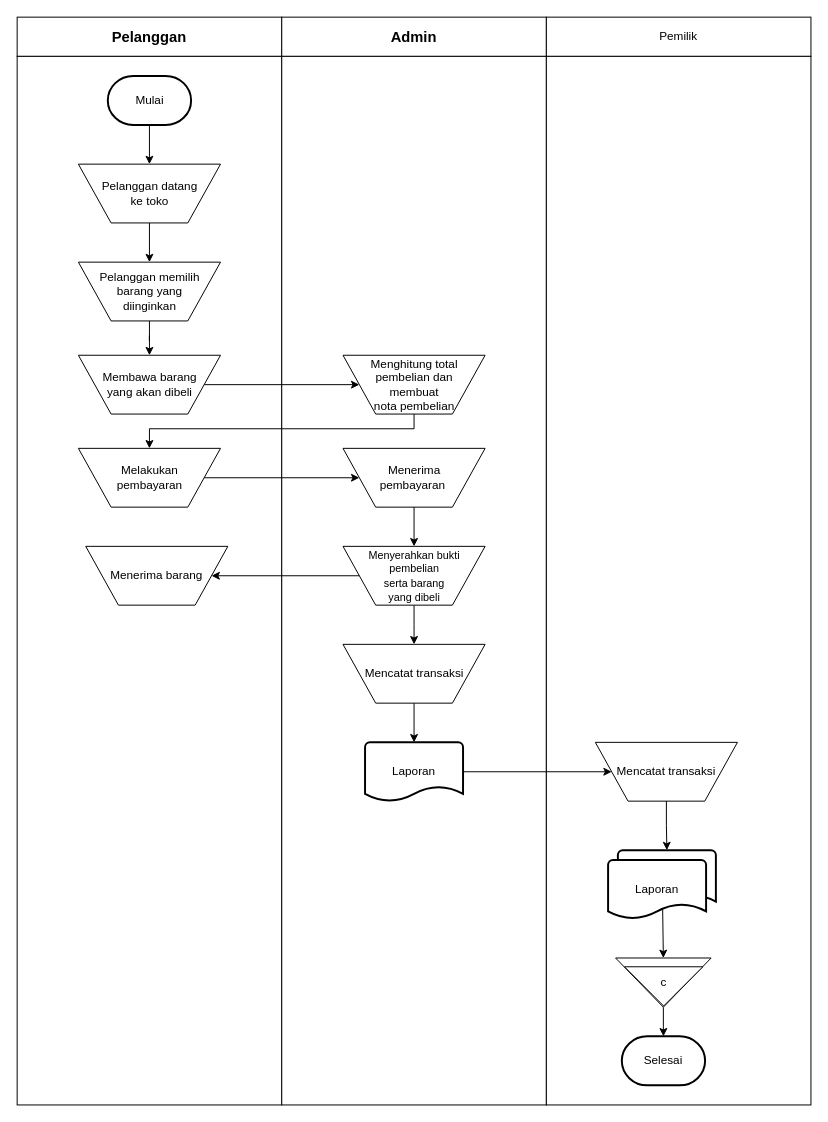
The draw.io diagram page "Flowchart" (3 of 4) of Diagram Tanpa Judul.drawio in Aestxyz/Draw-Io, before the edit. Source tidied: cells renumbered, new cells numbered last; positions are measured from the earlier drawing's top-left corner, leaving out a move shared by most shapes. Both pictures are drawn from the tidied source at 98%, with x=0, y=0 at pixel (17, 17).
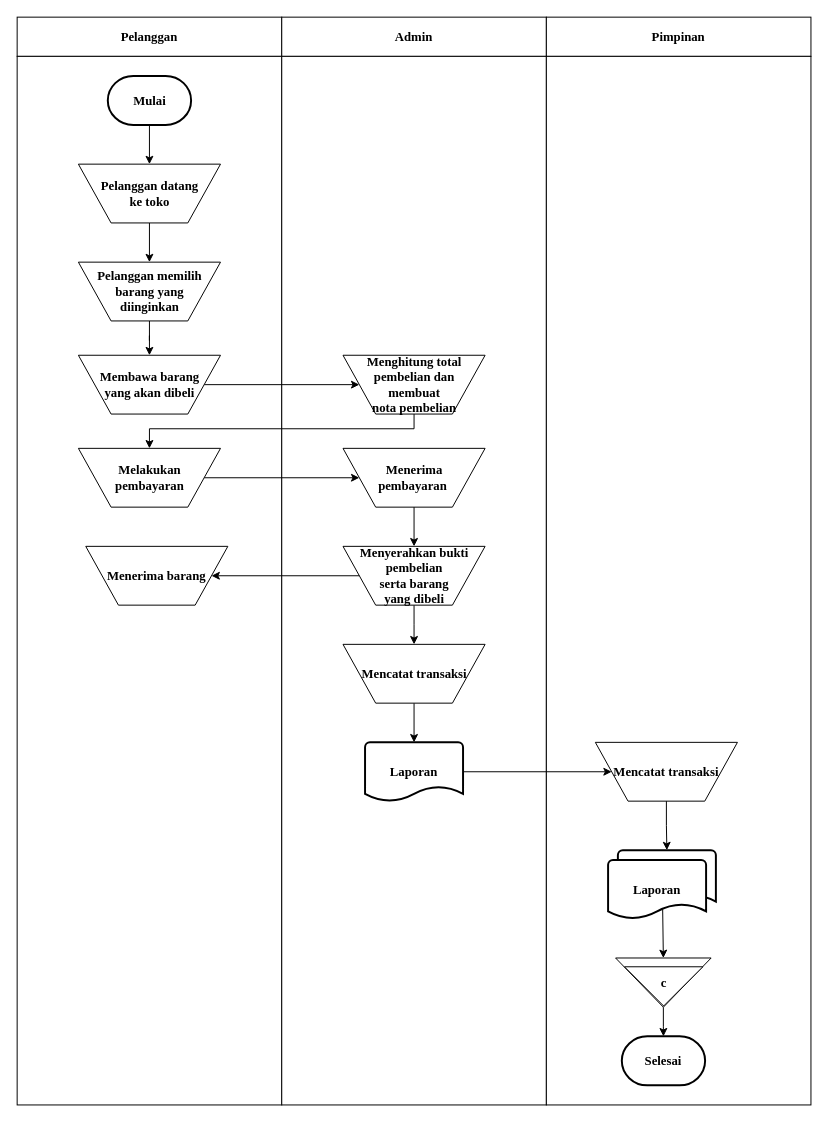
After the change.

What changed in the source:
```diff
@@
-    <mxCell id="2" style="group;" parent="1" vertex="1">
+    <mxCell id="2" style="group;fontStyle=1;fontSize=13;fontFamily=Times New Roman;" parent="1" vertex="1">
       <mxGeometry width="810" height="1110" as="geometry" />
     </mxCell>
-    <mxCell id="3" style="group;" parent="2" vertex="1">
+    <mxCell id="3" style="group;fontStyle=1;fontSize=13;fontFamily=Times New Roman;" parent="2" vertex="1">
       <mxGeometry width="810" height="1110" as="geometry" />
     </mxCell>
-    <mxCell id="4" value="&lt;b&gt;&lt;font style=&quot;font-size: 15px;&quot;&gt;Pelanggan&lt;/font&gt;&lt;/b&gt;" style="rounded=0;whiteSpace=wrap;html=1;" parent="3" vertex="1">
+    <mxCell id="4" value="&lt;span style=&quot;font-size: 13px;&quot;&gt;&lt;font style=&quot;font-size: 13px;&quot;&gt;Pelanggan&lt;/font&gt;&lt;/span&gt;" style="rounded=0;whiteSpace=wrap;html=1;fontStyle=1;fontSize=13;fontFamily=Times New Roman;" parent="3" vertex="1">
       <mxGeometry width="270" height="40" as="geometry" />
     </mxCell>
-    <mxCell id="5" value="&lt;span style=&quot;font-size: 15px;&quot;&gt;&lt;b&gt;Admin&lt;/b&gt;&lt;/span&gt;" style="rounded=0;whiteSpace=wrap;html=1;" parent="3" vertex="1">
+    <mxCell id="5" value="&lt;span style=&quot;font-size: 13px;&quot;&gt;&lt;span style=&quot;font-size: 13px;&quot;&gt;Admin&lt;/span&gt;&lt;/span&gt;" style="rounded=0;whiteSpace=wrap;html=1;fontStyle=1;fontSize=13;fontFamily=Times New Roman;" parent="3" vertex="1">
       <mxGeometry x="270" width="270" height="40" as="geometry" />
     </mxCell>
-    <mxCell id="6" value="Pemilik" style="rounded=0;whiteSpace=wrap;html=1;" parent="3" vertex="1">
+    <mxCell id="6" value="Pimpinan" style="rounded=0;whiteSpace=wrap;html=1;fontStyle=1;fontSize=13;fontFamily=Times New Roman;" parent="3" vertex="1">
       <mxGeometry x="540" width="270" height="40" as="geometry" />
     </mxCell>
-    <mxCell id="7" style="rounded=0;whiteSpace=wrap;html=1;" parent="3" vertex="1">
+    <mxCell id="7" style="rounded=0;whiteSpace=wrap;html=1;fontStyle=1;fontSize=13;fontFamily=Times New Roman;" parent="3" vertex="1">
       <mxGeometry y="40" width="270" height="1070" as="geometry" />
     </mxCell>
-    <mxCell id="8" style="rounded=0;whiteSpace=wrap;html=1;" parent="3" vertex="1">
+    <mxCell id="8" style="rounded=0;whiteSpace=wrap;html=1;fontStyle=1;fontSize=13;fontFamily=Times New Roman;" parent="3" vertex="1">
       <mxGeometry x="270" y="40" width="270" height="1070" as="geometry" />
     </mxCell>
-    <mxCell id="9" style="rounded=0;whiteSpace=wrap;html=1;" parent="3" vertex="1">
+    <mxCell id="9" style="rounded=0;whiteSpace=wrap;html=1;fontStyle=1;fontSize=13;fontFamily=Times New Roman;" parent="3" vertex="1">
       <mxGeometry x="540" y="40" width="270" height="1070" as="geometry" />
     </mxCell>
-    <mxCell id="10" style="edgeStyle=orthogonalEdgeStyle;rounded=0;jettySize=auto;html=1;" parent="3" edge="1" source="11" target="13">
+    <mxCell id="10" style="edgeStyle=orthogonalEdgeStyle;rounded=0;jettySize=auto;html=1;fontStyle=1;fontSize=13;fontFamily=Times New Roman;" parent="3" edge="1" source="11" target="13">
       <mxGeometry relative="1" as="geometry" />
     </mxCell>
-    <mxCell id="11" value="Mulai" style="strokeWidth=2;html=1;shape=mxgraph.flowchart.terminator;whiteSpace=wrap;" parent="3" vertex="1">
+    <mxCell id="11" value="Mulai" style="strokeWidth=2;html=1;shape=mxgraph.flowchart.terminator;whiteSpace=wrap;fontStyle=1;fontSize=13;fontFamily=Times New Roman;" parent="3" vertex="1">
       <mxGeometry x="92.5" y="60" width="85" height="50" as="geometry" />
     </mxCell>
-    <mxCell id="12" style="edgeStyle=orthogonalEdgeStyle;rounded=0;jettySize=auto;html=1;" parent="3" edge="1" source="13" target="15">
+    <mxCell id="12" style="edgeStyle=orthogonalEdgeStyle;rounded=0;jettySize=auto;html=1;fontStyle=1;fontSize=13;fontFamily=Times New Roman;" parent="3" edge="1" source="13" target="15">
       <mxGeometry relative="1" as="geometry" />
     </mxCell>
-    <mxCell id="13" value="Pelanggan datang &lt;br&gt;ke toko" style="verticalLabelPosition=middle;verticalAlign=middle;html=1;shape=trapezoid;perimeter=trapezoidPerimeter;whiteSpace=wrap;size=0.23;arcSize=10;flipV=1;labelPosition=center;align=center;" parent="3" vertex="1">
+    <mxCell id="13" value="Pelanggan datang &lt;br style=&quot;font-size: 13px;&quot;&gt;ke toko" style="verticalLabelPosition=middle;verticalAlign=middle;html=1;shape=trapezoid;perimeter=trapezoidPerimeter;whiteSpace=wrap;size=0.23;arcSize=10;flipV=1;labelPosition=center;align=center;fontStyle=1;fontSize=13;fontFamily=Times New Roman;" parent="3" vertex="1">
       <mxGeometry x="62.5" y="150" width="145" height="60" as="geometry" />
     </mxCell>
-    <mxCell id="14" style="edgeStyle=orthogonalEdgeStyle;rounded=0;jettySize=auto;html=1;" parent="3" edge="1" source="15" target="19">
+    <mxCell id="14" style="edgeStyle=orthogonalEdgeStyle;rounded=0;jettySize=auto;html=1;fontStyle=1;fontSize=13;fontFamily=Times New Roman;" parent="3" edge="1" source="15" target="19">
       <mxGeometry relative="1" as="geometry" />
     </mxCell>
-    <mxCell id="15" value="Pelanggan memilih &lt;br&gt;barang yang &lt;br&gt;diinginkan" style="verticalLabelPosition=middle;verticalAlign=middle;html=1;shape=trapezoid;perimeter=trapezoidPerimeter;whiteSpace=wrap;size=0.23;arcSize=10;flipV=1;labelPosition=center;align=center;" parent="3" vertex="1">
+    <mxCell id="15" value="Pelanggan memilih &lt;br style=&quot;font-size: 13px;&quot;&gt;barang yang &lt;br style=&quot;font-size: 13px;&quot;&gt;diinginkan" style="verticalLabelPosition=middle;verticalAlign=middle;html=1;shape=trapezoid;perimeter=trapezoidPerimeter;whiteSpace=wrap;size=0.23;arcSize=10;flipV=1;labelPosition=center;align=center;fontStyle=1;fontSize=13;fontFamily=Times New Roman;" parent="3" vertex="1">
       <mxGeometry x="62.5" y="250" width="145" height="60" as="geometry" />
     </mxCell>
-    <mxCell id="16" style="edgeStyle=orthogonalEdgeStyle;rounded=0;jettySize=auto;html=1;entryX=0.5;entryY=0;entryDx=0;entryDy=0;" parent="3" edge="1" source="17" target="21">
+    <mxCell id="16" style="edgeStyle=orthogonalEdgeStyle;rounded=0;jettySize=auto;html=1;entryX=0.5;entryY=0;entryDx=0;entryDy=0;fontStyle=1;fontSize=13;fontFamily=Times New Roman;" parent="3" edge="1" source="17" target="21">
       <mxGeometry relative="1" as="geometry">
         <Array as="points">
           <mxPoint x="405" y="420" />
           <mxPoint x="135" y="420" />
         </Array>
       </mxGeometry>
     </mxCell>
-    <mxCell id="17" value="Menghitung total pembelian dan &lt;br&gt;membuat &lt;br&gt;nota pembelian" style="verticalLabelPosition=middle;verticalAlign=middle;html=1;shape=trapezoid;perimeter=trapezoidPerimeter;whiteSpace=wrap;size=0.23;arcSize=10;flipV=1;labelPosition=center;align=center;" parent="3" vertex="1">
+    <mxCell id="17" value="Menghitung total pembelian dan &lt;br style=&quot;font-size: 13px;&quot;&gt;membuat &lt;br style=&quot;font-size: 13px;&quot;&gt;nota pembelian" style="verticalLabelPosition=middle;verticalAlign=middle;html=1;shape=trapezoid;perimeter=trapezoidPerimeter;whiteSpace=wrap;size=0.23;arcSize=10;flipV=1;labelPosition=center;align=center;fontStyle=1;fontSize=13;fontFamily=Times New Roman;" parent="3" vertex="1">
       <mxGeometry x="332.5" y="345" width="145" height="60" as="geometry" />
     </mxCell>
-    <mxCell id="18" style="edgeStyle=orthogonalEdgeStyle;rounded=0;jettySize=auto;html=1;entryX=0;entryY=0.5;entryDx=0;entryDy=0;" parent="3" edge="1" source="19" target="17">
+    <mxCell id="18" style="edgeStyle=orthogonalEdgeStyle;rounded=0;jettySize=auto;html=1;entryX=0;entryY=0.5;entryDx=0;entryDy=0;fontStyle=1;fontSize=13;fontFamily=Times New Roman;" parent="3" edge="1" source="19" target="17">
       <mxGeometry relative="1" as="geometry" />
     </mxCell>
-    <mxCell id="19" value="Membawa barang &lt;br&gt;yang akan dibeli" style="verticalLabelPosition=middle;verticalAlign=middle;html=1;shape=trapezoid;perimeter=trapezoidPerimeter;whiteSpace=wrap;size=0.23;arcSize=10;flipV=1;labelPosition=center;align=center;" parent="3" vertex="1">
+    <mxCell id="19" value="Membawa barang &lt;br style=&quot;font-size: 13px;&quot;&gt;yang akan dibeli" style="verticalLabelPosition=middle;verticalAlign=middle;html=1;shape=trapezoid;perimeter=trapezoidPerimeter;whiteSpace=wrap;size=0.23;arcSize=10;flipV=1;labelPosition=center;align=center;fontStyle=1;fontSize=13;fontFamily=Times New Roman;" parent="3" vertex="1">
       <mxGeometry x="62.5" y="345" width="145" height="60" as="geometry" />
     </mxCell>
-    <mxCell id="20" style="edgeStyle=orthogonalEdgeStyle;rounded=0;jettySize=auto;html=1;" parent="3" edge="1" source="21" target="22">
+    <mxCell id="20" style="edgeStyle=orthogonalEdgeStyle;rounded=0;jettySize=auto;html=1;fontStyle=1;fontSize=13;fontFamily=Times New Roman;" parent="3" edge="1" source="21" target="22">
       <mxGeometry relative="1" as="geometry" />
     </mxCell>
-    <mxCell id="21" value="Melakukan &lt;br&gt;pembayaran" style="verticalLabelPosition=middle;verticalAlign=middle;html=1;shape=trapezoid;perimeter=trapezoidPerimeter;whiteSpace=wrap;size=0.23;arcSize=10;flipV=1;labelPosition=center;align=center;" parent="3" vertex="1">
+    <mxCell id="21" value="Melakukan &lt;br style=&quot;font-size: 13px;&quot;&gt;pembayaran" style="verticalLabelPosition=middle;verticalAlign=middle;html=1;shape=trapezoid;perimeter=trapezoidPerimeter;whiteSpace=wrap;size=0.23;arcSize=10;flipV=1;labelPosition=center;align=center;fontStyle=1;fontSize=13;fontFamily=Times New Roman;" parent="3" vertex="1">
       <mxGeometry x="62.5" y="440" width="145" height="60" as="geometry" />
     </mxCell>
-    <mxCell id="22" value="Menerima &lt;br&gt;pembayaran&amp;nbsp;" style="verticalLabelPosition=middle;verticalAlign=middle;html=1;shape=trapezoid;perimeter=trapezoidPerimeter;whiteSpace=wrap;size=0.23;arcSize=10;flipV=1;labelPosition=center;align=center;" parent="3" vertex="1">
+    <mxCell id="22" value="Menerima &lt;br style=&quot;font-size: 13px;&quot;&gt;pembayaran&amp;nbsp;" style="verticalLabelPosition=middle;verticalAlign=middle;html=1;shape=trapezoid;perimeter=trapezoidPerimeter;whiteSpace=wrap;size=0.23;arcSize=10;flipV=1;labelPosition=center;align=center;fontStyle=1;fontSize=13;fontFamily=Times New Roman;" parent="3" vertex="1">
       <mxGeometry x="332.5" y="440" width="145" height="60" as="geometry" />
     </mxCell>
-    <mxCell id="23" style="edgeStyle=orthogonalEdgeStyle;rounded=0;jettySize=auto;html=1;" parent="3" edge="1" source="24">
+    <mxCell id="23" style="edgeStyle=orthogonalEdgeStyle;rounded=0;jettySize=auto;html=1;fontStyle=1;fontSize=13;fontFamily=Times New Roman;" parent="3" edge="1" source="24">
       <mxGeometry relative="1" as="geometry">
         <mxPoint x="405" y="640" as="targetPoint" />
       </mxGeometry>
     </mxCell>
-    <mxCell id="24" value="&lt;font style=&quot;font-size: 11px;&quot;&gt;Menyerahkan bukti pembelian &lt;br&gt;serta barang &lt;br&gt;yang dibeli&lt;/font&gt;" style="verticalLabelPosition=middle;verticalAlign=middle;html=1;shape=trapezoid;perimeter=trapezoidPerimeter;whiteSpace=wrap;size=0.23;arcSize=10;flipV=1;labelPosition=center;align=center;" parent="3" vertex="1">
+    <mxCell id="24" value="&lt;font style=&quot;font-size: 13px;&quot;&gt;Menyerahkan bukti pembelian &lt;br style=&quot;font-size: 13px;&quot;&gt;serta barang &lt;br style=&quot;font-size: 13px;&quot;&gt;yang dibeli&lt;/font&gt;" style="verticalLabelPosition=middle;verticalAlign=middle;html=1;shape=trapezoid;perimeter=trapezoidPerimeter;whiteSpace=wrap;size=0.23;arcSize=10;flipV=1;labelPosition=center;align=center;fontStyle=1;fontSize=13;fontFamily=Times New Roman;" parent="3" vertex="1">
       <mxGeometry x="332.5" y="540" width="145" height="60" as="geometry" />
     </mxCell>
-    <mxCell id="25" style="edgeStyle=orthogonalEdgeStyle;rounded=0;jettySize=auto;html=1;" parent="3" edge="1" source="22" target="24">
+    <mxCell id="25" style="edgeStyle=orthogonalEdgeStyle;rounded=0;jettySize=auto;html=1;fontStyle=1;fontSize=13;fontFamily=Times New Roman;" parent="3" edge="1" source="22" target="24">
       <mxGeometry relative="1" as="geometry" />
     </mxCell>
-    <mxCell id="26" value="Menerima barang" style="verticalLabelPosition=middle;verticalAlign=middle;html=1;shape=trapezoid;perimeter=trapezoidPerimeter;whiteSpace=wrap;size=0.23;arcSize=10;flipV=1;labelPosition=center;align=center;" parent="3" vertex="1">
+    <mxCell id="26" value="Menerima barang" style="verticalLabelPosition=middle;verticalAlign=middle;html=1;shape=trapezoid;perimeter=trapezoidPerimeter;whiteSpace=wrap;size=0.23;arcSize=10;flipV=1;labelPosition=center;align=center;fontStyle=1;fontSize=13;fontFamily=Times New Roman;" parent="3" vertex="1">
       <mxGeometry x="70" y="540" width="145" height="60" as="geometry" />
     </mxCell>
-    <mxCell id="27" style="edgeStyle=orthogonalEdgeStyle;rounded=0;jettySize=auto;html=1;" parent="3" edge="1" source="24" target="26">
+    <mxCell id="27" style="edgeStyle=orthogonalEdgeStyle;rounded=0;jettySize=auto;html=1;fontStyle=1;fontSize=13;fontFamily=Times New Roman;" parent="3" edge="1" source="24" target="26">
       <mxGeometry relative="1" as="geometry" />
     </mxCell>
-    <mxCell id="28" style="edgeStyle=orthogonalEdgeStyle;rounded=0;jettySize=auto;html=1;" parent="3" edge="1" source="29" target="31">
+    <mxCell id="28" style="edgeStyle=orthogonalEdgeStyle;rounded=0;jettySize=auto;html=1;fontStyle=1;fontSize=13;fontFamily=Times New Roman;" parent="3" edge="1" source="29" target="31">
       <mxGeometry relative="1" as="geometry" />
     </mxCell>
-    <mxCell id="29" value="Mencatat transaksi" style="verticalLabelPosition=middle;verticalAlign=middle;html=1;shape=trapezoid;perimeter=trapezoidPerimeter;whiteSpace=wrap;size=0.23;arcSize=10;flipV=1;labelPosition=center;align=center;" parent="3" vertex="1">
+    <mxCell id="29" value="Mencatat transaksi" style="verticalLabelPosition=middle;verticalAlign=middle;html=1;shape=trapezoid;perimeter=trapezoidPerimeter;whiteSpace=wrap;size=0.23;arcSize=10;flipV=1;labelPosition=center;align=center;fontStyle=1;fontSize=13;fontFamily=Times New Roman;" parent="3" vertex="1">
       <mxGeometry x="332.5" y="640" width="145" height="60" as="geometry" />
     </mxCell>
-    <mxCell id="30" style="edgeStyle=orthogonalEdgeStyle;rounded=0;jettySize=auto;html=1;" parent="3" edge="1" source="31" target="32">
+    <mxCell id="30" style="edgeStyle=orthogonalEdgeStyle;rounded=0;jettySize=auto;html=1;fontStyle=1;fontSize=13;fontFamily=Times New Roman;" parent="3" edge="1" source="31" target="32">
       <mxGeometry relative="1" as="geometry" />
     </mxCell>
-    <mxCell id="31" value="Laporan" style="strokeWidth=2;html=1;shape=mxgraph.flowchart.document2;whiteSpace=wrap;size=0.25;" parent="3" vertex="1">
+    <mxCell id="31" value="Laporan" style="strokeWidth=2;html=1;shape=mxgraph.flowchart.document2;whiteSpace=wrap;size=0.25;fontStyle=1;fontSize=13;fontFamily=Times New Roman;" parent="3" vertex="1">
       <mxGeometry x="355" y="740" width="100" height="60" as="geometry" />
     </mxCell>
-    <mxCell id="32" value="Mencatat transaksi" style="verticalLabelPosition=middle;verticalAlign=middle;html=1;shape=trapezoid;perimeter=trapezoidPerimeter;whiteSpace=wrap;size=0.23;arcSize=10;flipV=1;labelPosition=center;align=center;" parent="3" vertex="1">
+    <mxCell id="32" value="Mencatat transaksi" style="verticalLabelPosition=middle;verticalAlign=middle;html=1;shape=trapezoid;perimeter=trapezoidPerimeter;whiteSpace=wrap;size=0.23;arcSize=10;flipV=1;labelPosition=center;align=center;fontStyle=1;fontSize=13;fontFamily=Times New Roman;" parent="3" vertex="1">
       <mxGeometry x="590" y="740" width="145" height="60" as="geometry" />
     </mxCell>
-    <mxCell id="33" style="group;" parent="3" vertex="1">
+    <mxCell id="33" style="group;fontStyle=1;fontSize=13;fontFamily=Times New Roman;" parent="3" vertex="1">
       <mxGeometry x="603" y="850" width="110" height="70" as="geometry" />
     </mxCell>
-    <mxCell id="34" style="strokeWidth=2;html=1;shape=mxgraph.flowchart.document2;whiteSpace=wrap;size=0.25;" parent="33" vertex="1">
+    <mxCell id="34" style="strokeWidth=2;html=1;shape=mxgraph.flowchart.document2;whiteSpace=wrap;size=0.25;fontStyle=1;fontSize=13;fontFamily=Times New Roman;" parent="33" vertex="1">
       <mxGeometry x="10" width="100" height="60" as="geometry" />
     </mxCell>
-    <mxCell id="35" value="Laporan" style="strokeWidth=2;html=1;shape=mxgraph.flowchart.document2;whiteSpace=wrap;size=0.25;" parent="33" vertex="1">
+    <mxCell id="35" value="Laporan" style="strokeWidth=2;html=1;shape=mxgraph.flowchart.document2;whiteSpace=wrap;size=0.25;fontStyle=1;fontSize=13;fontFamily=Times New Roman;" parent="33" vertex="1">
       <mxGeometry y="10" width="100" height="60" as="geometry" />
     </mxCell>
-    <mxCell id="36" style="group;" parent="3" vertex="1">
+    <mxCell id="36" style="group;fontStyle=1;fontSize=13;fontFamily=Times New Roman;" parent="3" vertex="1">
       <mxGeometry x="610.7" y="960" width="97.5" height="50.2" as="geometry" />
     </mxCell>
-    <mxCell id="37" style="triangle;whiteSpace=wrap;html=1;rotation=90;direction=east;" parent="36" vertex="1">
+    <mxCell id="37" style="triangle;whiteSpace=wrap;html=1;rotation=90;direction=east;fontStyle=1;fontSize=13;fontFamily=Times New Roman;" parent="36" vertex="1">
       <mxGeometry x="23.6" y="-23.6" width="50.2" height="97.5" as="geometry" />
     </mxCell>
-    <mxCell id="38" style="triangle;whiteSpace=wrap;html=1;rotation=90;direction=east;" parent="36" vertex="1">
+    <mxCell id="38" style="triangle;whiteSpace=wrap;html=1;rotation=90;direction=east;fontStyle=1;fontSize=13;fontFamily=Times New Roman;" parent="36" vertex="1">
       <mxGeometry x="29" y="-11" width="40" height="80" as="geometry" />
     </mxCell>
-    <mxCell id="39" value="c" style="text;html=1;strokeColor=none;fillColor=none;align=center;verticalAlign=middle;whiteSpace=wrap;rounded=0;" parent="36" vertex="1">
+    <mxCell id="39" value="c" style="text;html=1;strokeColor=none;fillColor=none;align=center;verticalAlign=middle;whiteSpace=wrap;rounded=0;fontStyle=1;fontSize=13;fontFamily=Times New Roman;" parent="36" vertex="1">
       <mxGeometry x="19" y="10.1" width="60" height="30" as="geometry" />
     </mxCell>
-    <mxCell id="40" style="edgeStyle=orthogonalEdgeStyle;rounded=0;jettySize=auto;html=1;entryX=0.5;entryY=0;entryDx=0;entryDy=0;entryPerimeter=0;" parent="3" edge="1" source="32" target="34">
+    <mxCell id="40" style="edgeStyle=orthogonalEdgeStyle;rounded=0;jettySize=auto;html=1;entryX=0.5;entryY=0;entryDx=0;entryDy=0;entryPerimeter=0;fontStyle=1;fontSize=13;fontFamily=Times New Roman;" parent="3" edge="1" source="32" target="34">
       <mxGeometry relative="1" as="geometry" />
     </mxCell>
-    <mxCell id="41" style="endArrow=classic;html=1;rounded=0;exitX=0.557;exitY=0.85;exitDx=0;exitDy=0;exitPerimeter=0;entryX=0;entryY=0.5;entryDx=0;entryDy=0;" parent="3" edge="1" source="35" target="37">
+    <mxCell id="41" style="endArrow=classic;html=1;rounded=0;exitX=0.557;exitY=0.85;exitDx=0;exitDy=0;exitPerimeter=0;entryX=0;entryY=0.5;entryDx=0;entryDy=0;fontStyle=1;fontSize=13;fontFamily=Times New Roman;" parent="3" edge="1" source="35" target="37">
       <mxGeometry relative="1" as="geometry" />
     </mxCell>
-    <mxCell id="42" value="Selesai" style="strokeWidth=2;html=1;shape=mxgraph.flowchart.terminator;whiteSpace=wrap;" parent="2" vertex="1">
+    <mxCell id="42" value="Selesai" style="strokeWidth=2;html=1;shape=mxgraph.flowchart.terminator;whiteSpace=wrap;fontStyle=1;fontSize=13;fontFamily=Times New Roman;" parent="2" vertex="1">
       <mxGeometry x="617" y="1040" width="85" height="50" as="geometry" />
     </mxCell>
-    <mxCell id="43" style="edgeStyle=orthogonalEdgeStyle;rounded=0;jettySize=auto;html=1;entryX=0.5;entryY=0;entryDx=0;entryDy=0;entryPerimeter=0;" parent="2" edge="1" source="37" target="42">
+    <mxCell id="43" style="edgeStyle=orthogonalEdgeStyle;rounded=0;jettySize=auto;html=1;entryX=0.5;entryY=0;entryDx=0;entryDy=0;entryPerimeter=0;fontStyle=1;fontSize=13;fontFamily=Times New Roman;" parent="2" edge="1" source="37" target="42">
       <mxGeometry relative="1" as="geometry" />
     </mxCell>
```
